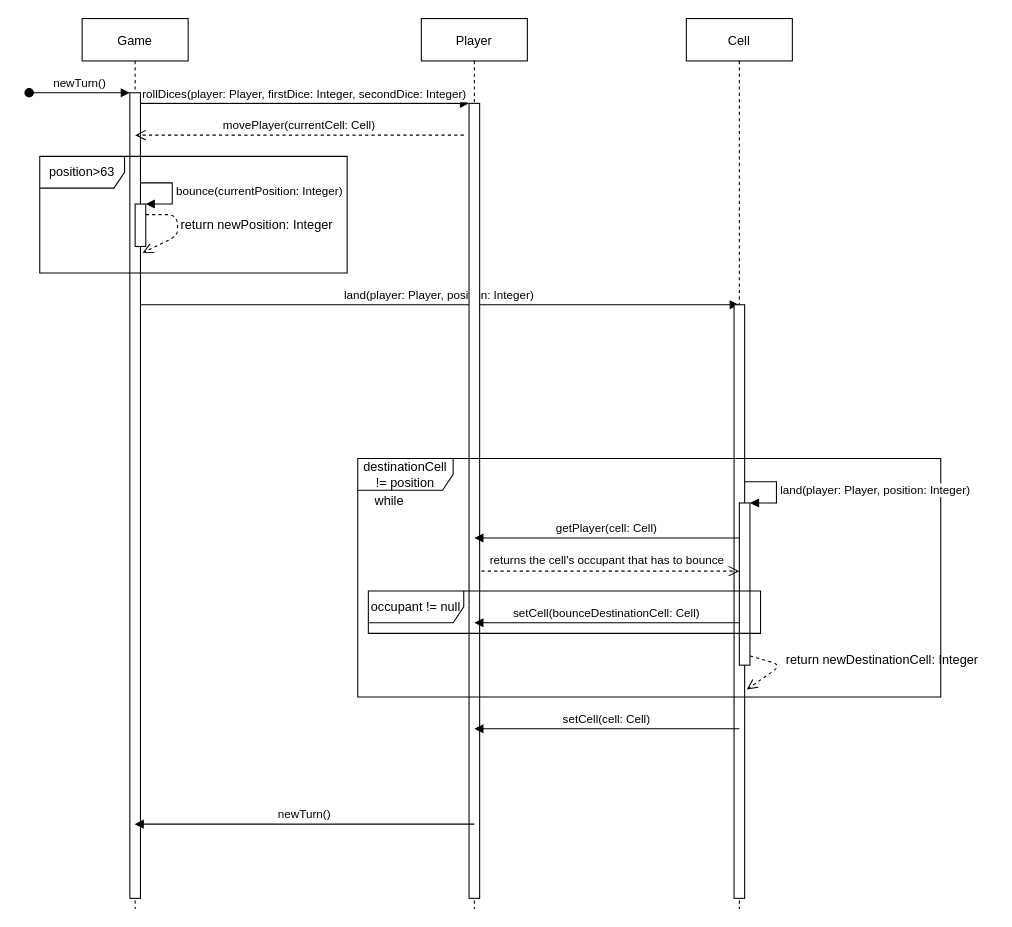
diegorodolfofranco/the-goose-game keeps this draw.io diagram as Diagrams/Sequence Diagrams/TheGooseGame_SD_movePlayer.drawio. Above is the earlier version. Source tidied: cells renumbered, new cells numbered last; positions are measured from the earlier drawing's top-left corner, leaving out a move shared by most shapes. Both pictures are drawn from the tidied source at 106%, with x=0, y=0 at pixel (29, 18).
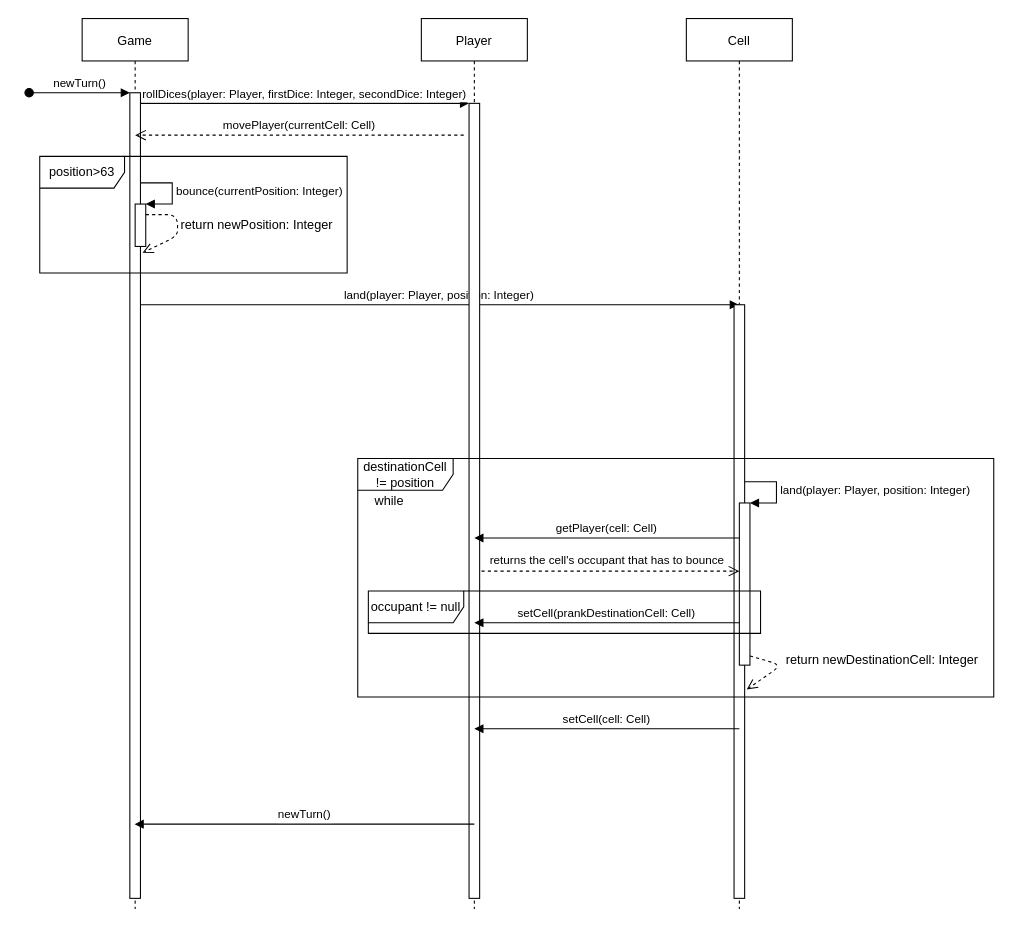
The same page after the edit.

Commit message (it also covers changes not shown here):
Updated code and diagrams

The change refers to these unchanged cells:
```xml
<mxCell id="19" style="html=1;points=[];perimeter=orthogonalPerimeter;" parent="1" vertex="1">
  <mxGeometry x="670" y="457" width="10" height="153" as="geometry" />
</mxCell>
```

The edit, as a diff of the source:
```diff
@@
     <mxCell id="17" value="destinationCell != position" style="shape=umlFrame;whiteSpace=wrap;html=1;width=90;height=30;" parent="1" vertex="1">
-      <mxGeometry x="310" y="415" width="550" height="225" as="geometry" />
+      <mxGeometry x="310" y="415" width="600" height="225" as="geometry" />
     </mxCell>
@@
-    <mxCell id="25" value="setCell(bounceDestinationCell: Cell)" style="verticalAlign=bottom;endArrow=block;shadow=0;strokeWidth=1;" parent="1" edge="1" source="19">
+    <mxCell id="25" value="setCell(prankDestinationCell: Cell)" style="verticalAlign=bottom;endArrow=block;shadow=0;strokeWidth=1;" parent="1" edge="1" source="19">
       <mxGeometry relative="1" as="geometry">
         <mxPoint x="420" y="570" as="targetPoint" />
       </mxGeometry>
     </mxCell>
```
